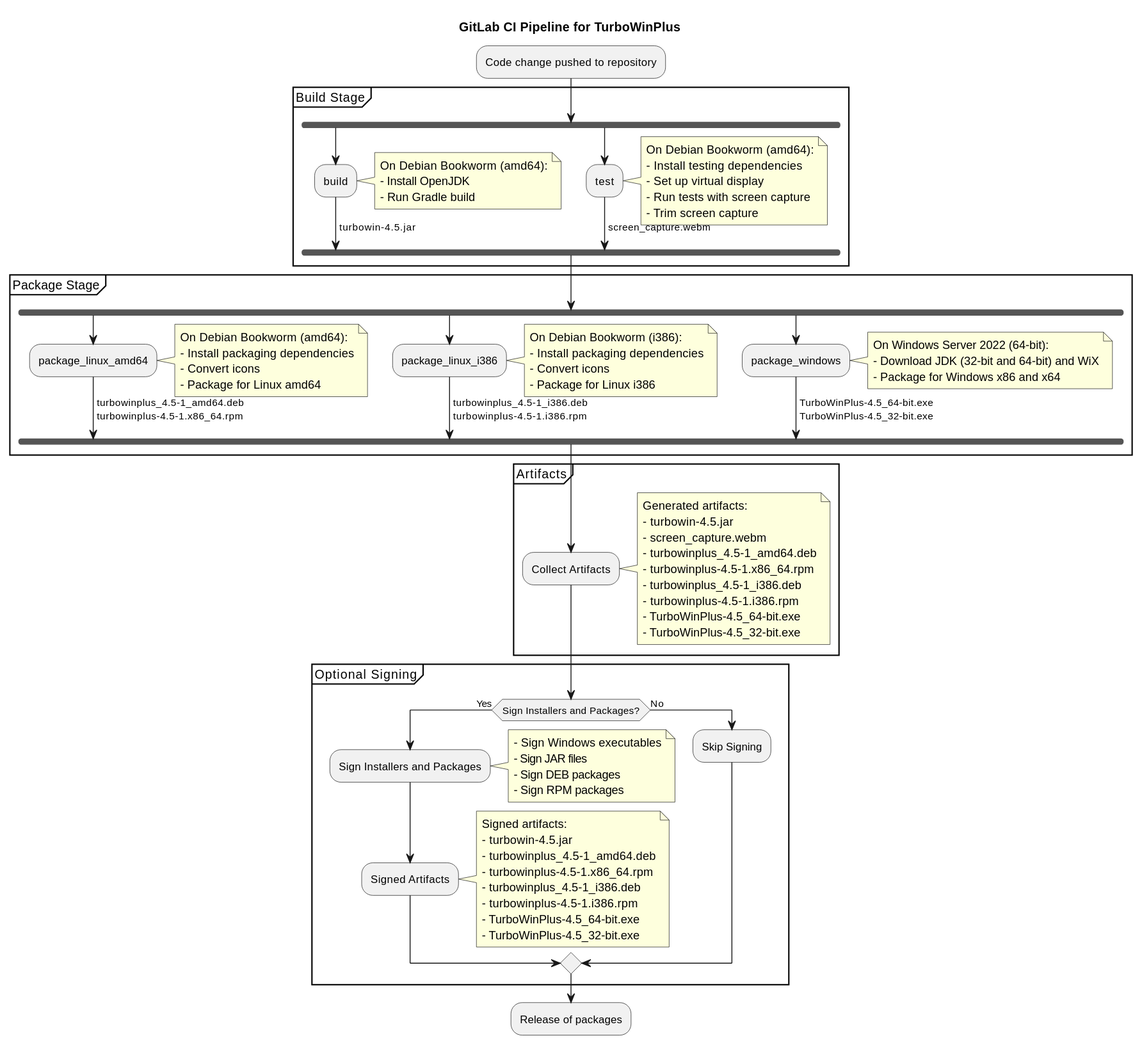
Earlier version of the PlantUML export documentation/images/07_turbowinplus_pipeline.svg (DeutscherWetterdienst/turbowin). Source of this version:
```plantuml
@startuml
skinparam rectangle {
    BackgroundColor<<Build Stage>> LightBlue
    BackgroundColor<<Package Stage>> LightGreen
    BackgroundColor<<Artifacts>> LightYellow
    BackgroundColor<<Optional Signing>> LightGray
}

title GitLab CI Pipeline for TurboWinPlus

:Code change pushed to repository;

partition "Build Stage" <<Build Stage>> {
    fork
        :build;
        note right
            On Debian Bookworm (amd64):
            - Install OpenJDK
            - Run Gradle build
        end note
        -> turbowin-4.5.jar;
    fork again
        :test;
        note right
            On Debian Bookworm (amd64):
            - Install testing dependencies
            - Set up virtual display
            - Run tests with screen capture
            - Trim screen capture
        end note
        -> screen_capture.webm;
    end fork
}

partition "Package Stage" <<Package Stage>> {
    fork
        :package_linux_amd64;
        note right
            On Debian Bookworm (amd64):
            - Install packaging dependencies
            - Convert icons
            - Package for Linux amd64
        end note
        -> turbowinplus_4.5-1_amd64.deb
        turbowinplus-4.5-1.x86_64.rpm;
    fork again
        :package_linux_i386;
        note right
            On Debian Bookworm (i386):
            - Install packaging dependencies
            - Convert icons
            - Package for Linux i386
        end note
        -> turbowinplus_4.5-1_i386.deb
        turbowinplus-4.5-1.i386.rpm;
    fork again
        :package_windows;
        note right
            On Windows Server 2022 (64-bit):
            - Download JDK (32-bit and 64-bit) and WiX
            - Package for Windows x86 and x64
        end note
        -> TurboWinPlus-4.5_64-bit.exe
        TurboWinPlus-4.5_32-bit.exe;
    end fork
}

partition "Artifacts" <<Artifacts>> {
    :Collect Artifacts;
    note right
        Generated artifacts:
        - turbowin-4.5.jar
        - screen_capture.webm
        - turbowinplus_4.5-1_amd64.deb
        - turbowinplus-4.5-1.x86_64.rpm
        - turbowinplus_4.5-1_i386.deb
        - turbowinplus-4.5-1.i386.rpm
        - TurboWinPlus-4.5_64-bit.exe
        - TurboWinPlus-4.5_32-bit.exe
    end note
}

partition "Optional Signing" <<Optional Signing>> {
    if (Sign Installers and Packages?) then (Yes)
        :Sign Installers and Packages;
        note right
            - Sign Windows executables
            - Sign JAR files
            - Sign DEB packages
            - Sign RPM packages
        end note
        :Signed Artifacts;
        note right
            Signed artifacts:
            - turbowin-4.5.jar
            - turbowinplus_4.5-1_amd64.deb
            - turbowinplus-4.5-1.x86_64.rpm
            - turbowinplus_4.5-1_i386.deb
            - turbowinplus-4.5-1.i386.rpm
            - TurboWinPlus-4.5_64-bit.exe
            - TurboWinPlus-4.5_32-bit.exe
        end note
    else (No)
        :Skip Signing;
    endif
}

:Release of packages;
@enduml
```
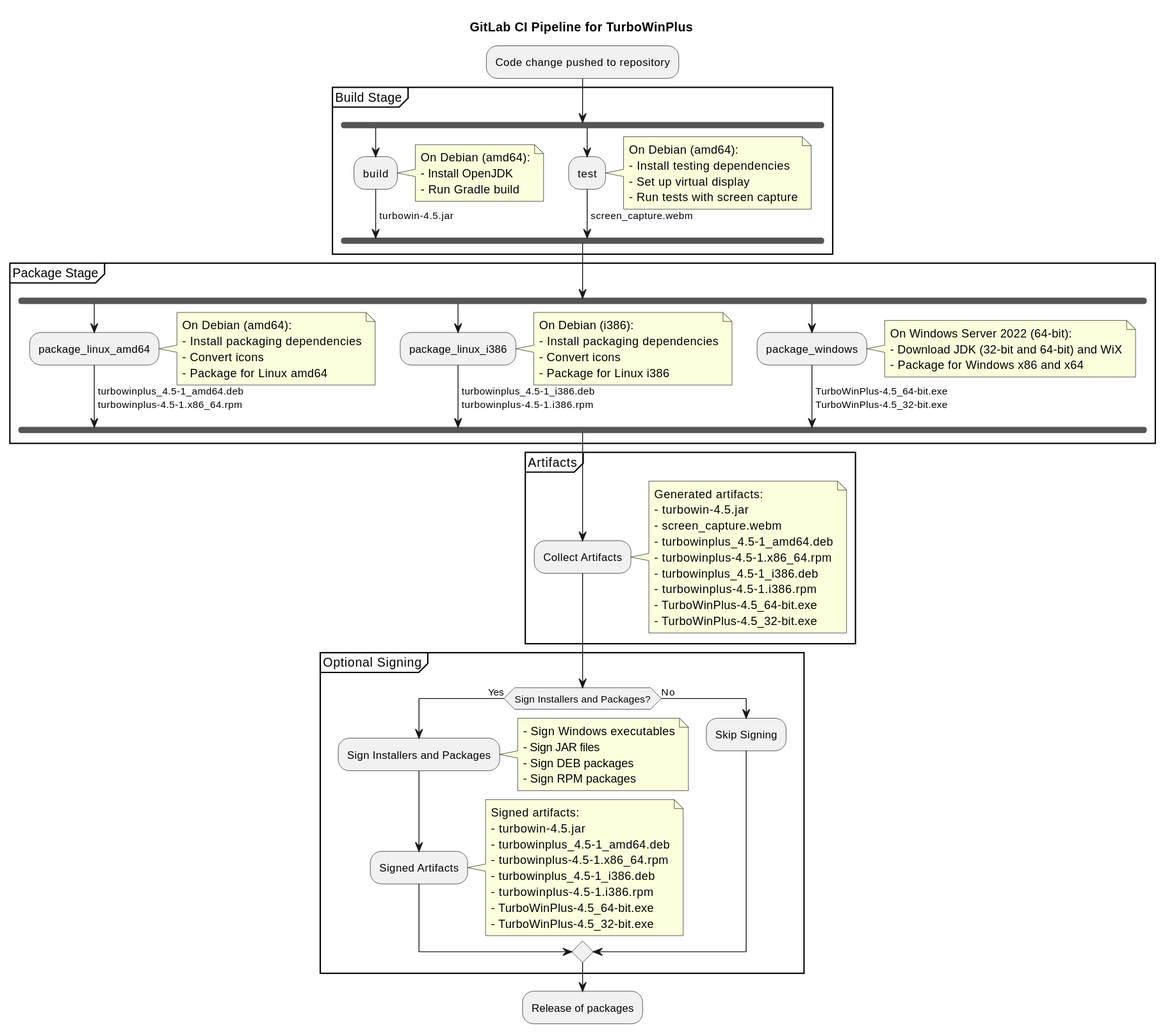
Later version of the same file.

Diff of the diagram source:
```diff
@@ -14,7 +14,7 @@
     fork
         :build;
         note right
-            On Debian Bookworm (amd64):
+            On Debian (amd64):
             - Install OpenJDK
             - Run Gradle build
         end note
@@ -22,11 +22,10 @@
     fork again
         :test;
         note right
-            On Debian Bookworm (amd64):
+            On Debian (amd64):
             - Install testing dependencies
             - Set up virtual display
             - Run tests with screen capture
-            - Trim screen capture
         end note
         -> screen_capture.webm;
     end fork
@@ -36,7 +35,7 @@
     fork
         :package_linux_amd64;
         note right
-            On Debian Bookworm (amd64):
+            On Debian (amd64):
             - Install packaging dependencies
             - Convert icons
             - Package for Linux amd64
@@ -46,7 +45,7 @@
     fork again
         :package_linux_i386;
         note right
-            On Debian Bookworm (i386):
+            On Debian (i386):
             - Install packaging dependencies
             - Convert icons
             - Package for Linux i386
```
